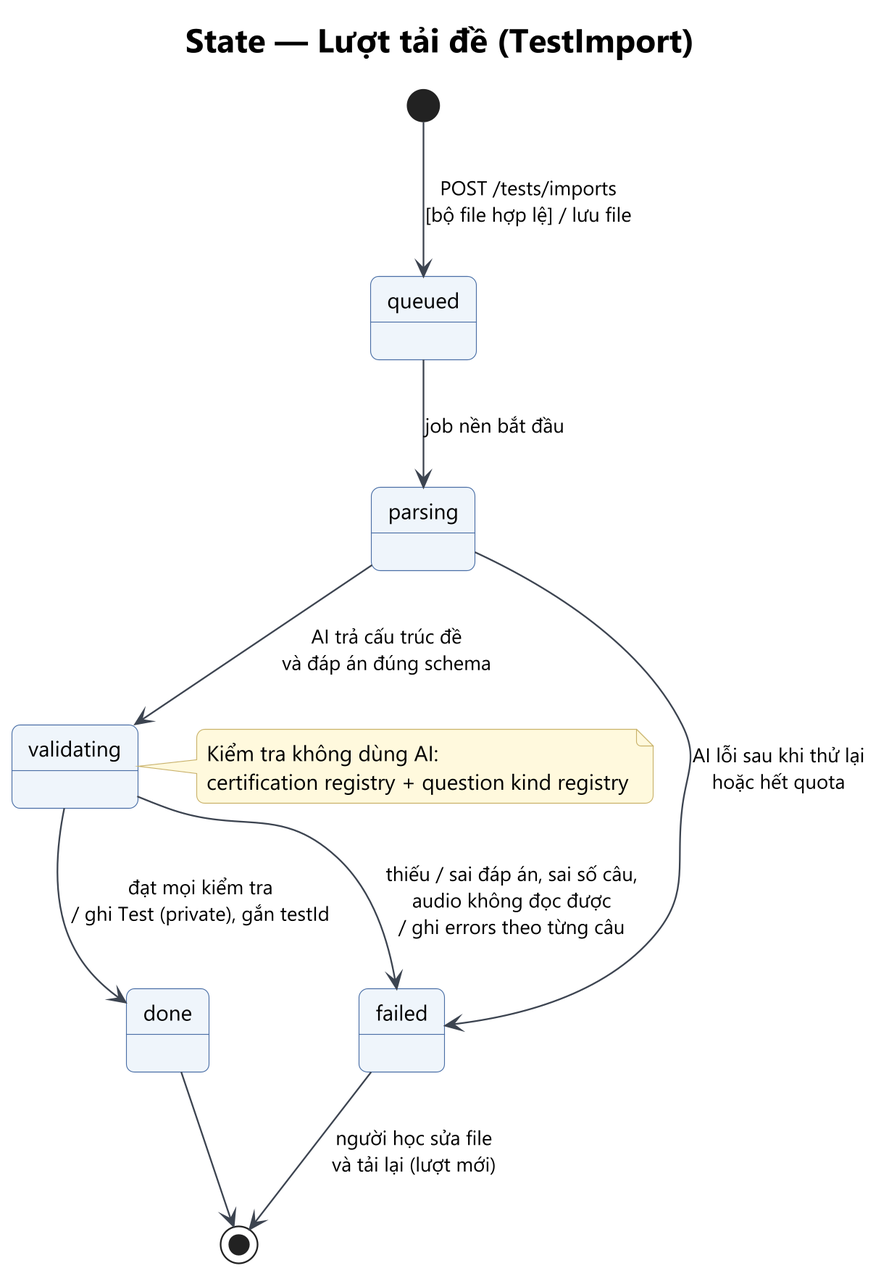
The PlantUML diagram Analysis_Design/05_State/st-02-test-import.png in Ac-2836/WebDev-FinalProject-LinMaster, before a commit. Source of this version:
```plantuml
@startuml st-02-test-import
!include ../_style.iuml
title State — Lượt tải đề (TestImport)
[*] --> Queued : POST /tests/imports\n[bộ file hợp lệ] / lưu file
state "queued" as Queued
state "parsing" as Parsing
state "validating" as Validating
state "done" as Done
state "failed" as Failed
Queued --> Parsing : job nền bắt đầu
Parsing --> Validating : AI trả cấu trúc đề\nvà đáp án đúng schema
Parsing --> Failed : AI lỗi sau khi thử lại\nhoặc hết quota
Validating --> Done : đạt mọi kiểm tra\n/ ghi Test (private), gắn testId
Validating --> Failed : thiếu / sai đáp án, sai số câu,\naudio không đọc được\n/ ghi errors theo từng câu
Done --> [*]
Failed --> [*] : người học sửa file\nvà tải lại (lượt mới)
note right of Validating
  Kiểm tra không dùng AI:
  certification registry + question kind registry
end note
@enduml
```
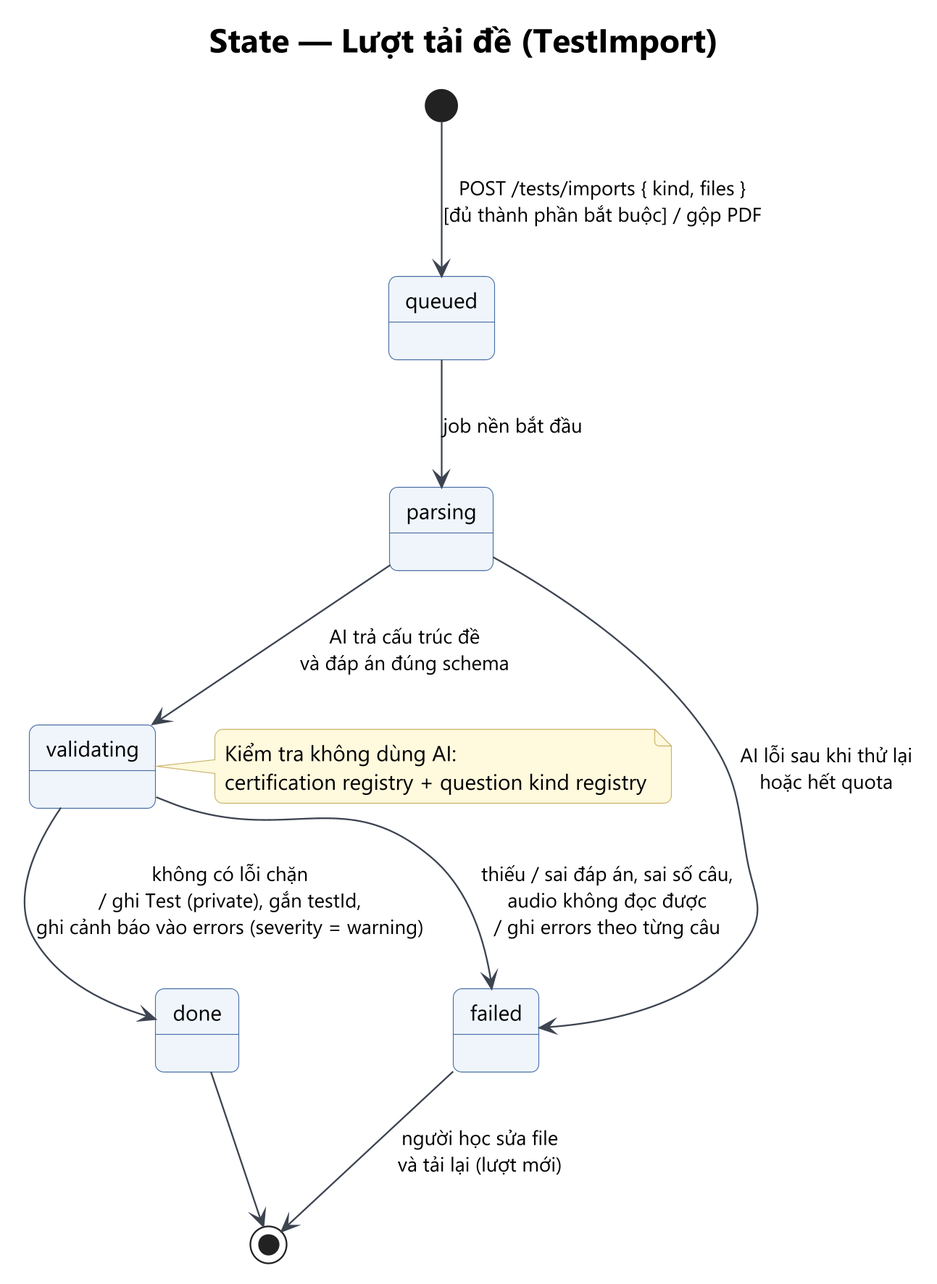
Later version of the same file.

What changed in the source:
```diff
@@ -1,7 +1,7 @@
 @startuml st-02-test-import
 !include ../_style.iuml
 title State — Lượt tải đề (TestImport)
-[*] --> Queued : POST /tests/imports\n[bộ file hợp lệ] / lưu file
+[*] --> Queued : POST /tests/imports { kind, files }\n[đủ thành phần bắt buộc] / gộp PDF
 state "queued" as Queued
 state "parsing" as Parsing
 state "validating" as Validating
@@ -10,7 +10,7 @@
 Queued --> Parsing : job nền bắt đầu
 Parsing --> Validating : AI trả cấu trúc đề\nvà đáp án đúng schema
 Parsing --> Failed : AI lỗi sau khi thử lại\nhoặc hết quota
-Validating --> Done : đạt mọi kiểm tra\n/ ghi Test (private), gắn testId
+Validating --> Done : không có lỗi chặn\n/ ghi Test (private), gắn testId,\nghi cảnh báo vào errors (severity = warning)
 Validating --> Failed : thiếu / sai đáp án, sai số câu,\naudio không đọc được\n/ ghi errors theo từng câu
 Done --> [*]
 Failed --> [*] : người học sửa file\nvà tải lại (lượt mới)
```
